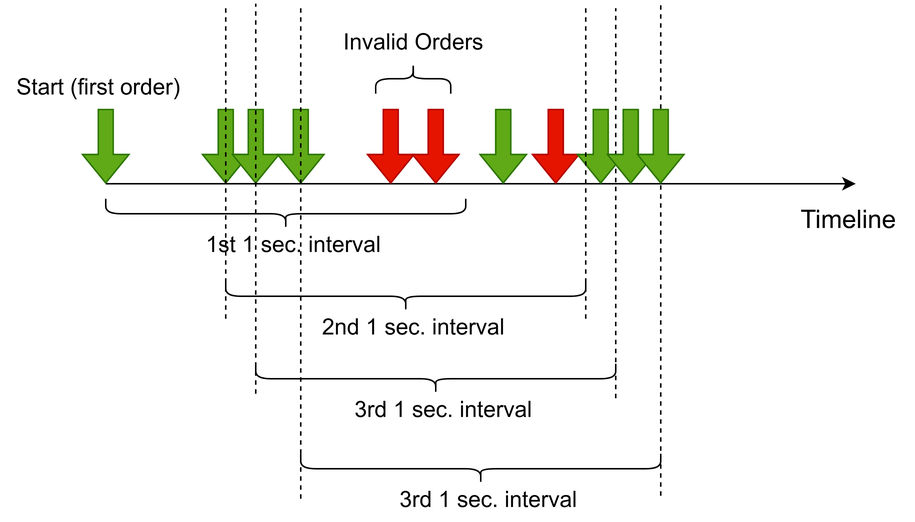
The draw.io diagram vici.drawio.png in weimin023/vici_holdings_advanced, before a commit. Source tidied: cells renumbered, new cells last; positions are measured from the earlier drawing's top-left corner, leaving out a move shared by most shapes.
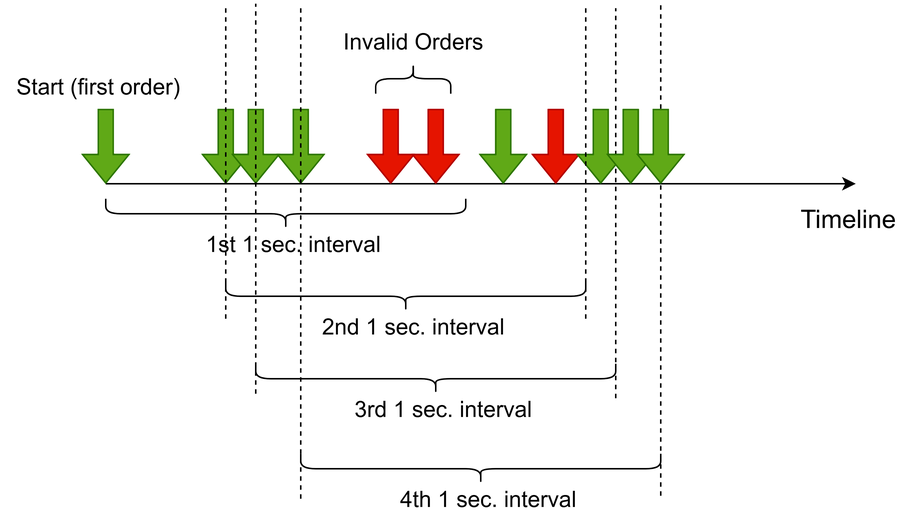
The same diagram one commit later.

Diff of the diagram source:
```diff
@@ -83,7 +83,7 @@
     <mxCell id="19" style="shape=curlyBracket;whiteSpace=wrap;html=1;rounded=1;labelPosition=left;verticalLabelPosition=middle;align=right;verticalAlign=middle;rotation=-90;" parent="1" vertex="1">
       <mxGeometry x="280" y="132" width="20" height="240" as="geometry" />
     </mxCell>
-    <mxCell id="20" value="&lt;font style=&quot;font-size: 15px;&quot;&gt;3rd 1 sec. interval&lt;/font&gt;" style="text;html=1;align=center;verticalAlign=middle;strokeColor=none;fillColor=none;" parent="1" vertex="1">
+    <mxCell id="20" value="&lt;font style=&quot;font-size: 15px;&quot;&gt;3rd 1 sec. interval&lt;/font&gt;" style="text;html=1;align=center;verticalAlign=middle;" parent="1" vertex="1">
       <mxGeometry x="225" y="257" width="140" height="30" as="geometry" />
     </mxCell>
     <mxCell id="21" style="shape=flexArrow;endArrow=classic;html=1;rounded=0;fillColor=#60a917;strokeColor=#2D7600;" parent="1" edge="1">
@@ -119,7 +119,7 @@
     <mxCell id="26" style="shape=curlyBracket;whiteSpace=wrap;html=1;rounded=1;labelPosition=left;verticalLabelPosition=middle;align=right;verticalAlign=middle;rotation=-90;" parent="1" vertex="1">
       <mxGeometry x="310" y="192" width="20" height="240" as="geometry" />
     </mxCell>
-    <mxCell id="27" value="&lt;font style=&quot;font-size: 15px;&quot;&gt;3rd 1 sec. interval&lt;/font&gt;" style="text;html=1;align=center;verticalAlign=middle;strokeColor=none;fillColor=none;" parent="1" vertex="1">
+    <mxCell id="27" value="&lt;font style=&quot;font-size: 15px;&quot;&gt;4th 1 sec. interval&lt;/font&gt;" style="text;html=1;align=center;verticalAlign=middle;" parent="1" vertex="1">
       <mxGeometry x="255" y="317" width="140" height="30" as="geometry" />
     </mxCell>
     <mxCell id="28" style="endArrow=none;dashed=1;html=1;rounded=0;" parent="1" edge="1">
```
